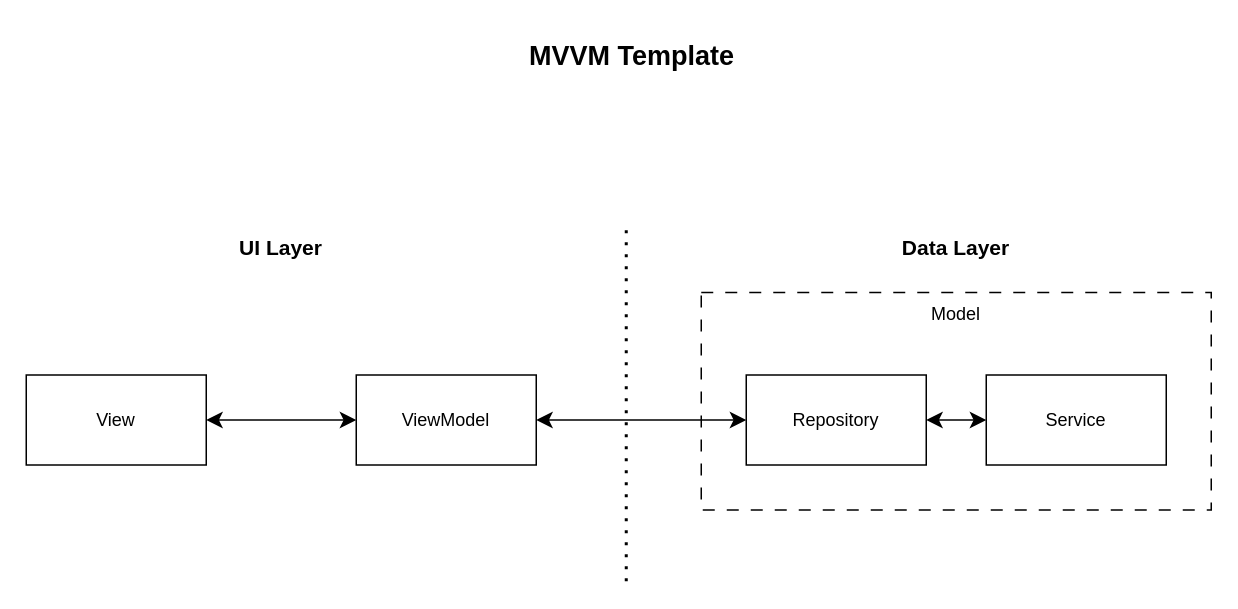
Before: page "Simplified" (1 of 2) of MVVM_template.drawio in Oxford-Hypernautics/.github, a draw.io diagram. Source tidied: cells renumbered, new cells numbered last; positions are measured from the earlier drawing's top-left corner, leaving out a move shared by most shapes. Both pictures are drawn from the tidied source at 150%, with x=0, y=0 at pixel (26, 40).
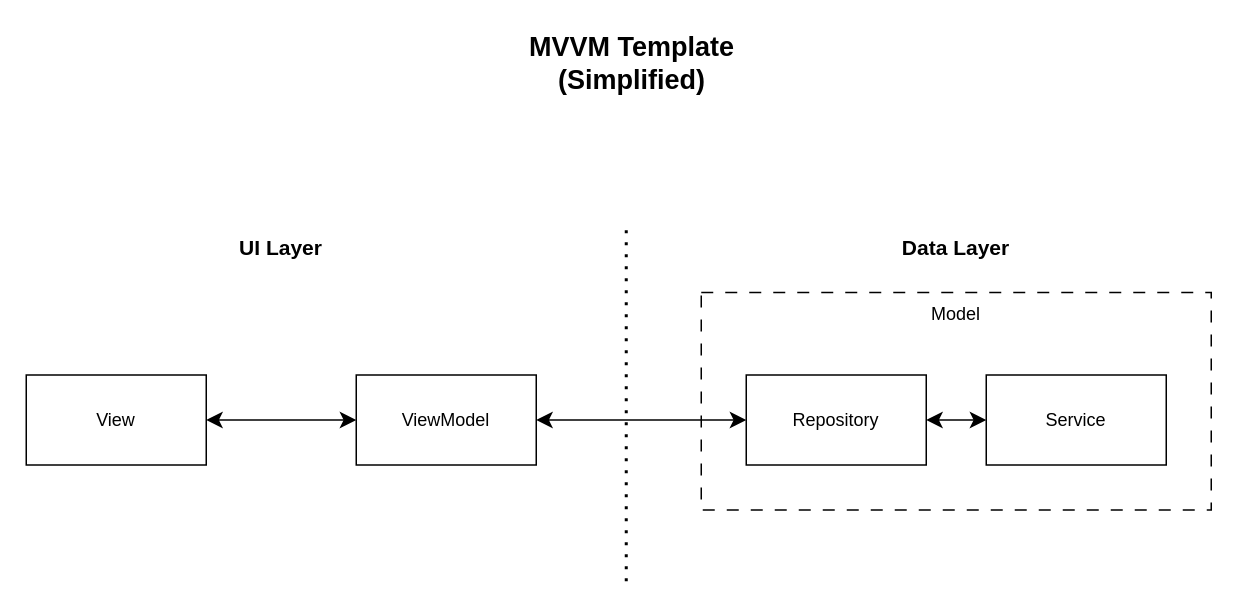
Above is the later version.

Commit message:
feat: add placeholder "With exchanges" diagram

The edit, as a diff of the source:
```diff
@@
 <mxGraphModel>
   <root>
     <mxCell id="0" />
     <mxCell id="1" parent="0" />
-    <mxCell id="2" value="MVVM Template" style="text;html=1;align=center;verticalAlign=middle;whiteSpace=wrap;rounded=0;fontSize=18;fontStyle=1;" parent="1" vertex="1">
-      <mxGeometry x="329" width="150" height="20" as="geometry" />
+    <mxCell id="2" value="MVVM Template&lt;div&gt;(Simplified)&lt;/div&gt;" style="text;html=1;align=center;verticalAlign=middle;whiteSpace=wrap;rounded=0;fontSize=18;fontStyle=1;" parent="1" vertex="1">
+      <mxGeometry x="329" y="-10" width="150" height="50" as="geometry" />
     </mxCell>
     <mxCell id="3" parent="0" />
     <mxCell id="4" value="ViewModel" style="whiteSpace=wrap;html=1;" parent="3" vertex="1">
       <mxGeometry x="220" y="222.5" width="120" height="60" as="geometry" />
     </mxCell>
     <mxCell id="5" value="View" style="whiteSpace=wrap;html=1;" parent="3" vertex="1">
       <mxGeometry y="222.5" width="120" height="60" as="geometry" />
     </mxCell>
     <mxCell id="6" value="Model" style="rounded=0;whiteSpace=wrap;html=1;verticalAlign=top;dashed=1;strokeColor=default;dashPattern=8 8;" parent="3" vertex="1">
       <mxGeometry x="450" y="167.5" width="340" height="145" as="geometry" />
     </mxCell>
     <mxCell id="7" style="endArrow=classic;startArrow=classic;html=1;rounded=0;fontSize=12;startSize=8;endSize=8;curved=1;" parent="3" edge="1" source="4" target="9">
       <mxGeometry relative="1" as="geometry" />
     </mxCell>
     <mxCell id="8" style="endArrow=classic;startArrow=classic;html=1;rounded=0;fontSize=12;startSize=8;endSize=8;curved=1;" parent="3" edge="1" source="5" target="4">
       <mxGeometry relative="1" as="geometry" />
     </mxCell>
     <mxCell id="9" value="Repository" style="whiteSpace=wrap;html=1;" parent="3" vertex="1">
       <mxGeometry x="480" y="222.5" width="120" height="60" as="geometry" />
     </mxCell>
     <mxCell id="10" value="Service" style="whiteSpace=wrap;html=1;" parent="3" vertex="1">
       <mxGeometry x="640" y="222.5" width="120" height="60" as="geometry" />
     </mxCell>
     <mxCell id="11" style="endArrow=classic;startArrow=classic;html=1;rounded=0;fontSize=12;startSize=8;endSize=8;curved=1;" parent="3" edge="1" source="9" target="10">
       <mxGeometry relative="1" as="geometry" />
     </mxCell>
     <mxCell id="12" style="endArrow=none;dashed=1;html=1;dashPattern=1 3;strokeWidth=2;rounded=0;" parent="3" edge="1">
       <mxGeometry relative="1" as="geometry">
         <mxPoint x="400" y="360" as="sourcePoint" />
         <mxPoint x="400" y="120" as="targetPoint" />
       </mxGeometry>
     </mxCell>
     <mxCell id="13" value="&lt;b&gt;&lt;font style=&quot;font-size: 14px;&quot;&gt;UI Layer&lt;/font&gt;&lt;/b&gt;" style="text;html=1;align=center;verticalAlign=middle;whiteSpace=wrap;rounded=0;" parent="3" vertex="1">
       <mxGeometry x="140" y="122.5" width="60" height="30" as="geometry" />
     </mxCell>
     <mxCell id="14" value="&lt;b&gt;&lt;font style=&quot;font-size: 14px;&quot;&gt;Data Layer&lt;/font&gt;&lt;/b&gt;" style="text;html=1;align=center;verticalAlign=middle;whiteSpace=wrap;rounded=0;" parent="3" vertex="1">
       <mxGeometry x="580" y="122.5" width="80" height="30" as="geometry" />
     </mxCell>
   </root>
 </mxGraphModel>
```
